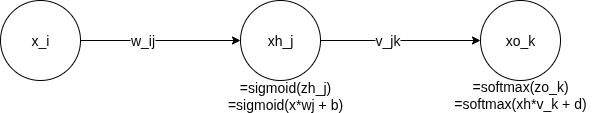
This is wooden_wheels/imgs/nn_derivatives.png from yjlinotlazy/datascience_watersplash, a draw.io export, as it was before one commit. Source tidied: cells renumbered, new cells last; positions are measured from the earlier drawing's top-left corner, leaving out a move shared by most shapes. Source of this version:
```xml
<mxGraphModel>
  <root>
    <mxCell id="0" />
    <mxCell id="1" parent="0" />
    <mxCell id="2" style="edgeStyle=orthogonalEdgeStyle;rounded=0;jettySize=auto;html=1;" parent="1" edge="1" source="4" target="7">
      <mxGeometry relative="1" as="geometry" />
    </mxCell>
    <mxCell id="3" value="w_ij" style="edgeLabel;html=1;align=center;verticalAlign=middle;" parent="2" vertex="1">
      <mxGeometry x="-0.23" relative="1" as="geometry" />
    </mxCell>
    <mxCell id="4" value="x_i" style="ellipse;whiteSpace=wrap;html=1;" parent="1" vertex="1">
      <mxGeometry width="80" height="80" as="geometry" />
    </mxCell>
    <mxCell id="5" style="edgeStyle=orthogonalEdgeStyle;rounded=0;jettySize=auto;html=1;" parent="1" edge="1" source="7" target="8">
      <mxGeometry relative="1" as="geometry" />
    </mxCell>
    <mxCell id="6" value="v_jk" style="edgeLabel;html=1;align=center;verticalAlign=middle;" parent="5" vertex="1">
      <mxGeometry x="-0.17" relative="1" as="geometry" />
    </mxCell>
    <mxCell id="7" value="xh_j" style="ellipse;whiteSpace=wrap;html=1;" parent="1" vertex="1">
      <mxGeometry x="240" width="80" height="80" as="geometry" />
    </mxCell>
    <mxCell id="8" value="xo_k" style="ellipse;whiteSpace=wrap;html=1;" parent="1" vertex="1">
      <mxGeometry x="480" width="80" height="80" as="geometry" />
    </mxCell>
    <mxCell id="9" value="&lt;div&gt;=sigmoid(zh_j)&lt;/div&gt;=sigmoid(x*wj + b)" style="text;html=1;align=center;verticalAlign=middle;whiteSpace=wrap;rounded=0;" parent="1" vertex="1">
      <mxGeometry x="200" y="80" width="170" height="30" as="geometry" />
    </mxCell>
    <mxCell id="10" value="&lt;div&gt;=softmax(zo_k)&lt;/div&gt;=softmax(xh*v_k + d)" style="text;html=1;align=center;verticalAlign=middle;whiteSpace=wrap;rounded=0;" parent="1" vertex="1">
      <mxGeometry x="425" y="79" width="190" height="30" as="geometry" />
    </mxCell>
  </root>
</mxGraphModel>
```
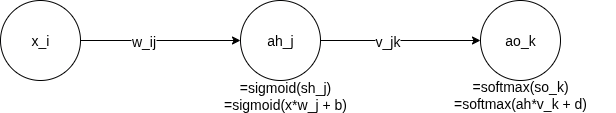
Later version of the same file.

Change to the diagram source:
```diff
@@ -17,16 +17,16 @@
     <mxCell id="6" value="v_jk" style="edgeLabel;html=1;align=center;verticalAlign=middle;" parent="5" vertex="1">
       <mxGeometry x="-0.17" relative="1" as="geometry" />
     </mxCell>
-    <mxCell id="7" value="xh_j" style="ellipse;whiteSpace=wrap;html=1;" parent="1" vertex="1">
+    <mxCell id="7" value="ah_j" style="ellipse;whiteSpace=wrap;html=1;" parent="1" vertex="1">
       <mxGeometry x="240" width="80" height="80" as="geometry" />
     </mxCell>
-    <mxCell id="8" value="xo_k" style="ellipse;whiteSpace=wrap;html=1;" parent="1" vertex="1">
+    <mxCell id="8" value="ao_k" style="ellipse;whiteSpace=wrap;html=1;" parent="1" vertex="1">
       <mxGeometry x="480" width="80" height="80" as="geometry" />
     </mxCell>
-    <mxCell id="9" value="&lt;div&gt;=sigmoid(zh_j)&lt;/div&gt;=sigmoid(x*wj + b)" style="text;html=1;align=center;verticalAlign=middle;whiteSpace=wrap;rounded=0;" parent="1" vertex="1">
+    <mxCell id="9" value="&lt;div&gt;=sigmoid(sh_j)&lt;/div&gt;=sigmoid(x*w_j + b)" style="text;html=1;align=center;verticalAlign=middle;whiteSpace=wrap;rounded=0;" parent="1" vertex="1">
       <mxGeometry x="200" y="80" width="170" height="30" as="geometry" />
     </mxCell>
-    <mxCell id="10" value="&lt;div&gt;=softmax(zo_k)&lt;/div&gt;=softmax(xh*v_k + d)" style="text;html=1;align=center;verticalAlign=middle;whiteSpace=wrap;rounded=0;" parent="1" vertex="1">
+    <mxCell id="10" value="&lt;div&gt;=softmax(so_k)&lt;/div&gt;=softmax(ah*v_k + d)" style="text;html=1;align=center;verticalAlign=middle;whiteSpace=wrap;rounded=0;" parent="1" vertex="1">
       <mxGeometry x="425" y="79" width="190" height="30" as="geometry" />
     </mxCell>
   </root>
```
